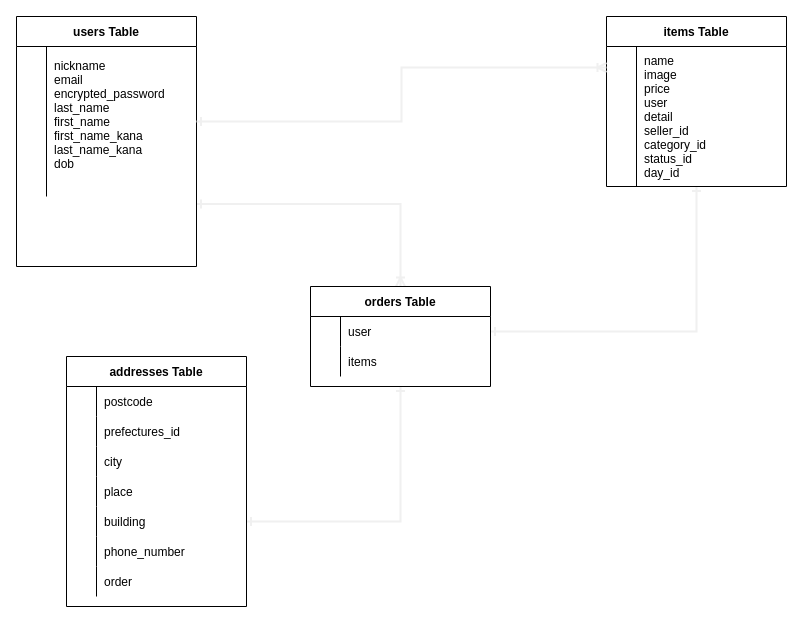
Before: database.dio in marokis/furima1-36554, a draw.io diagram. Source tidied: cells renumbered, new cells numbered last; positions are measured from the earlier drawing's top-left corner, leaving out a move shared by most shapes. Both pictures are drawn from the tidied source at 100%, with x=0, y=0 at pixel (16, 16).
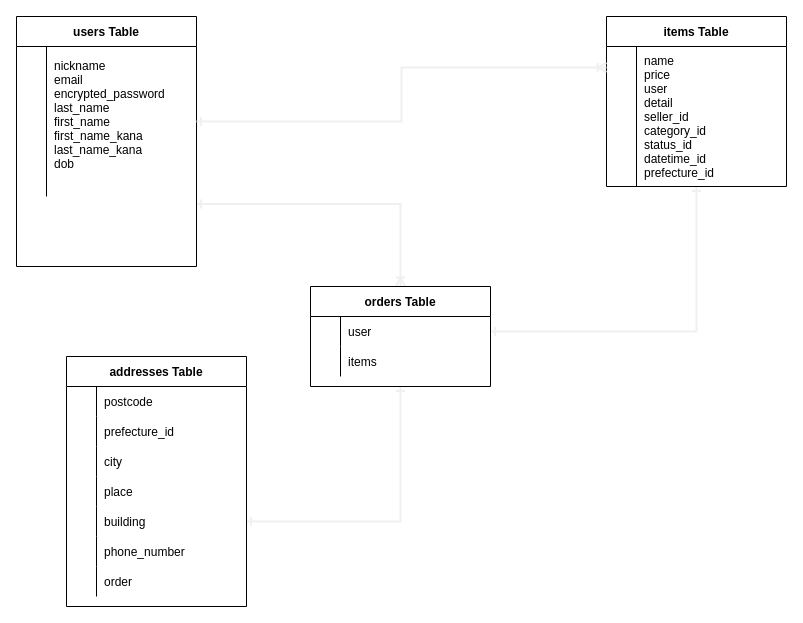
The same diagram, later.

Unchanged cells that the change refers to:
```xml
<mxCell id="9" style="shape=partialRectangle;fillColor=none;top=0;left=0;bottom=0;right=0;points=[[0,0.5],[1,0.5]];portConstraint=eastwest;" parent="8" vertex="1">
  <mxGeometry y="30" width="180" height="140" as="geometry" />
</mxCell>
<mxCell id="24" style="shape=partialRectangle;fillColor=none;top=0;left=0;bottom=0;right=0;" parent="20" vertex="1">
  <mxGeometry y="60" width="180" height="30" as="geometry" />
</mxCell>
```

Diff of the diagram source:
```diff
@@
-    <mxCell id="11" value="name&#10;image&#10;price&#10;user&#10;detail&#10;seller_id&#10;category_id&#10;status_id&#10;day_id" style="shape=partialRectangle;fillColor=none;top=0;left=0;bottom=0;right=0;align=left;spacingLeft=6;overflow=hidden;" parent="9" vertex="1">
+    <mxCell id="11" value="name&#10;price&#10;user&#10;detail&#10;seller_id&#10;category_id&#10;status_id&#10;datetime_id&#10;prefecture_id" style="shape=partialRectangle;fillColor=none;top=0;left=0;bottom=0;right=0;align=left;spacingLeft=6;overflow=hidden;" parent="9" vertex="1">
       <mxGeometry x="30" width="150" height="140" as="geometry" />
     </mxCell>
@@
-    <mxCell id="26" value="prefectures_id" style="shape=partialRectangle;fillColor=none;top=0;left=0;bottom=0;right=0;align=left;spacingLeft=6;overflow=hidden;" parent="24" vertex="1">
+    <mxCell id="26" value="prefecture_id" style="shape=partialRectangle;fillColor=none;top=0;left=0;bottom=0;right=0;align=left;spacingLeft=6;overflow=hidden;" parent="24" vertex="1">
       <mxGeometry x="30" width="150" height="30" as="geometry" />
     </mxCell>
```
